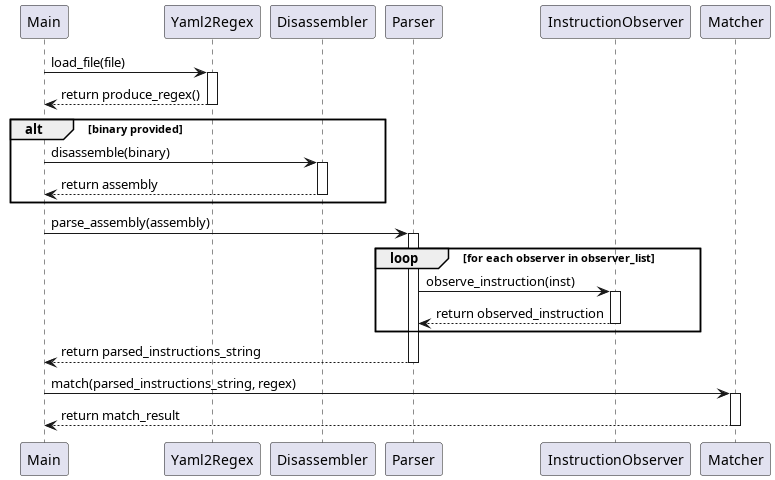
Earlier version of the PlantUML export design/sequence_diagram.png (JukMR/JASM).
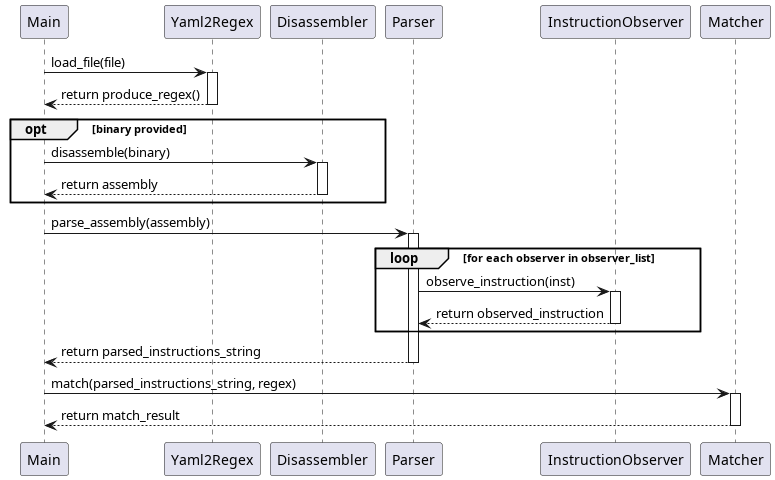
After the change.

Commit message:
Add new png with opt instead of alt

What changed in the source:
```diff
@@ -14,7 +14,7 @@
 Yaml2Regex --> Main: return produce_regex()
 deactivate Yaml2Regex
 
-alt binary provided
+opt binary provided
     Main -> Disassembler: disassemble(binary)
     activate Disassembler
     Disassembler --> Main: return assembly
```
